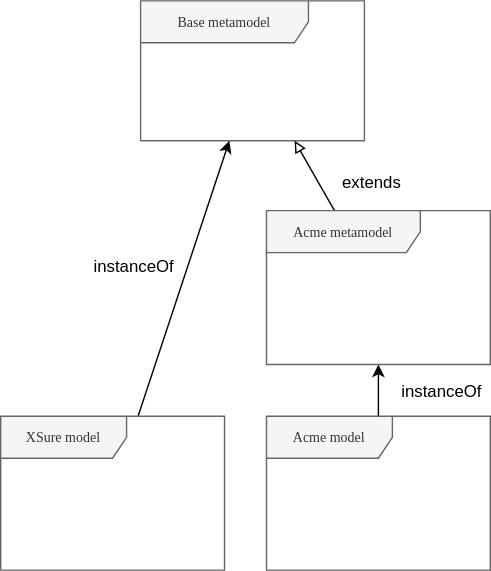
Earlier version of the draw.io export Figures/MultilevelArchitecture.svg (labsticc-p4s/multi-process-challenge). Source tidied: cells renumbered, new cells last; positions are measured from the earlier drawing's top-left corner, leaving out a move shared by most shapes.
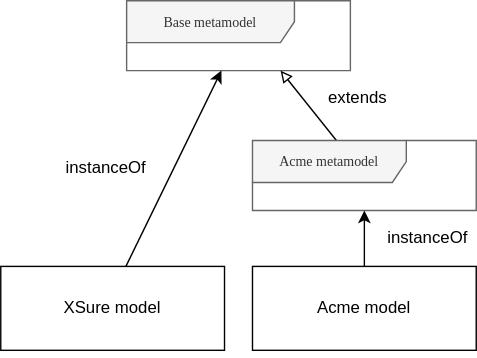
The same diagram one commit later.

Commit message:
Fig 2 differencie MM et M

What changed in the source:
```diff
@@ -3,34 +3,36 @@
     <mxCell id="0" />
     <mxCell id="1" parent="0" />
     <mxCell id="2" value="Base metamodel" style="shape=umlFrame;whiteSpace=wrap;html=1;rounded=0;shadow=0;comic=0;labelBackgroundColor=none;strokeWidth=1;fontFamily=Verdana;fontSize=10;align=center;width=120;height=30;fillColor=#f5f5f5;strokeColor=#666666;fontColor=#333333;" parent="1" vertex="1">
-      <mxGeometry x="100" width="160" height="100" as="geometry" />
+      <mxGeometry x="100" y="50" width="160" height="50" as="geometry" />
     </mxCell>
-    <mxCell id="3" style="rounded=0;jettySize=auto;html=1;" parent="1" edge="1" source="4" target="2">
+    <mxCell id="3" style="rounded=0;jettySize=auto;html=1;exitX=0.556;exitY=0.017;exitDx=0;exitDy=0;exitPerimeter=0;" parent="1" edge="1" source="4" target="2">
       <mxGeometry relative="1" as="geometry" />
     </mxCell>
-    <mxCell id="4" value="XSure model" style="shape=umlFrame;whiteSpace=wrap;html=1;rounded=0;shadow=0;comic=0;labelBackgroundColor=none;strokeWidth=1;fontFamily=Verdana;fontSize=10;align=center;width=90;height=30;fillColor=#f5f5f5;strokeColor=#666666;fontColor=#333333;" parent="1" vertex="1">
-      <mxGeometry y="297" width="160" height="110" as="geometry" />
-    </mxCell>
-    <mxCell id="5" value="Acme model" style="shape=umlFrame;whiteSpace=wrap;html=1;rounded=0;shadow=0;comic=0;labelBackgroundColor=none;strokeWidth=1;fontFamily=Verdana;fontSize=10;align=center;width=90;height=30;fillColor=#f5f5f5;strokeColor=#666666;fontColor=#333333;" parent="1" vertex="1">
-      <mxGeometry x="190" y="297" width="160" height="110" as="geometry" />
-    </mxCell>
     <mxCell id="6" style="edgeStyle=none;rounded=0;jettySize=auto;html=1;entryX=0.688;entryY=1;entryDx=0;entryDy=0;entryPerimeter=0;endArrow=block;endFill=0;" parent="1" edge="1" source="7" target="2">
       <mxGeometry relative="1" as="geometry" />
     </mxCell>
     <mxCell id="7" value="Acme metamodel" style="shape=umlFrame;whiteSpace=wrap;html=1;rounded=0;shadow=0;comic=0;labelBackgroundColor=none;strokeWidth=1;fontFamily=Verdana;fontSize=10;align=center;width=110;height=30;fillColor=#f5f5f5;strokeColor=#666666;fontColor=#333333;" parent="1" vertex="1">
-      <mxGeometry x="190" y="150" width="160" height="110" as="geometry" />
+      <mxGeometry x="190" y="150" width="160" height="50" as="geometry" />
     </mxCell>
     <mxCell id="8" value="instanceOf" style="text;html=1;align=center;verticalAlign=middle;strokeColor=none;" parent="1" vertex="1">
-      <mxGeometry x="60" y="180" width="70" height="20" as="geometry" />
+      <mxGeometry x="50" y="160" width="70" height="20" as="geometry" />
     </mxCell>
-    <mxCell id="9" style="rounded=0;jettySize=auto;html=1;" parent="1" edge="1" source="5" target="7">
-      <mxGeometry relative="1" as="geometry" />
+    <mxCell id="9" style="rounded=0;jettySize=auto;html=1;" parent="1" edge="1" target="7">
+      <mxGeometry relative="1" as="geometry">
+        <mxPoint x="270" y="297" as="sourcePoint" />
+      </mxGeometry>
     </mxCell>
     <mxCell id="10" value="instanceOf" style="text;html=1;align=center;verticalAlign=middle;strokeColor=none;" parent="1" vertex="1">
-      <mxGeometry x="280" y="270" width="70" height="20" as="geometry" />
+      <mxGeometry x="280" y="210" width="70" height="20" as="geometry" />
     </mxCell>
     <mxCell id="11" value="extends" style="text;html=1;align=center;verticalAlign=middle;strokeColor=none;" parent="1" vertex="1">
-      <mxGeometry x="235" y="120" width="60" height="20" as="geometry" />
+      <mxGeometry x="235" y="110" width="60" height="20" as="geometry" />
     </mxCell>
+    <mxCell id="5" value="Acme model" style="rounded=0;whiteSpace=wrap;html=1;" parent="1" vertex="1">
+      <mxGeometry x="190" y="240" width="160" height="60" as="geometry" />
+    </mxCell>
+    <mxCell id="4" value="XSure model" style="rounded=0;whiteSpace=wrap;html=1;" parent="1" vertex="1">
+      <mxGeometry x="10" y="240" width="160" height="60" as="geometry" />
+    </mxCell>
   </root>
 </mxGraphModel>
```
